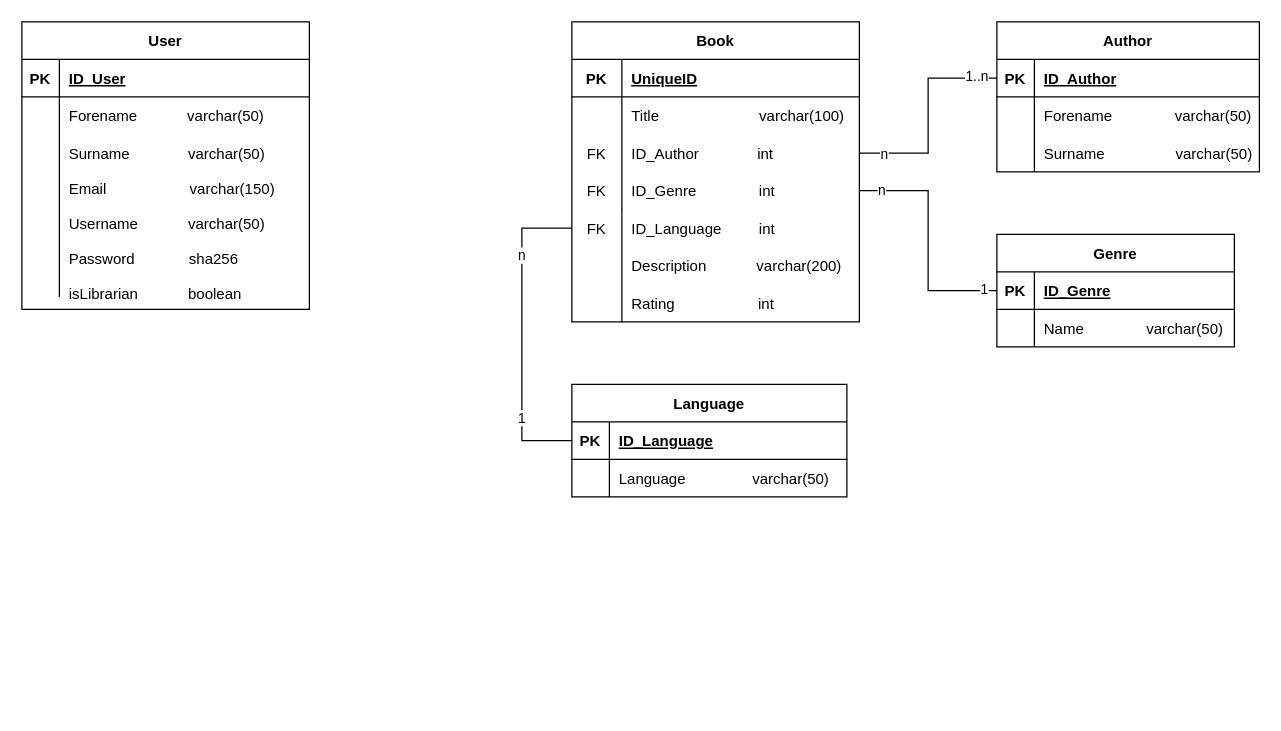
Earlier version of the draw.io diagram docs/ERD_Library.drawio (tatjanarusso/Library). Source tidied: cells renumbered, new cells numbered last; positions are measured from the earlier drawing's top-left corner, leaving out a move shared by most shapes. Both pictures are drawn from the tidied source at 125%, with x=0, y=0 at pixel (21, 21).
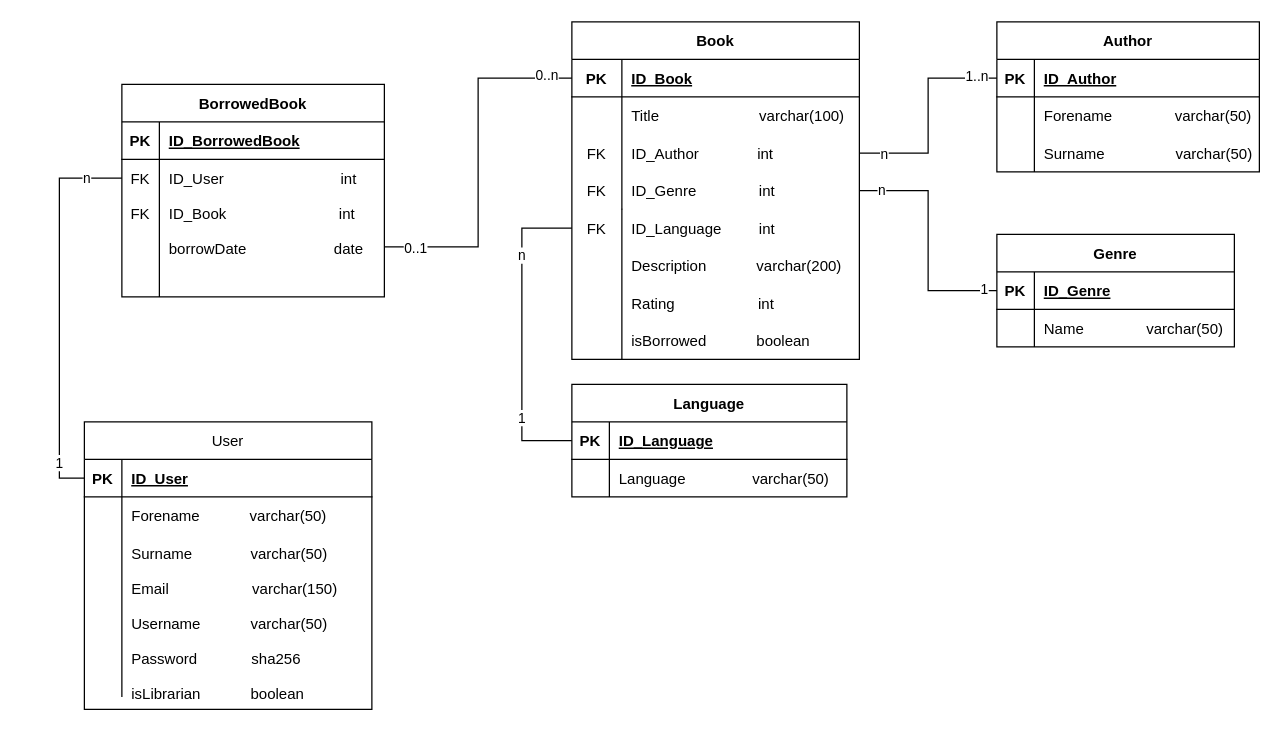
The same diagram, later.

The change refers to these unchanged cells:
```xml
<mxCell id="3" style="shape=tableRow;horizontal=0;startSize=0;swimlaneHead=0;swimlaneBody=0;fillColor=none;points=[[0,0.5],[1,0.5]];portConstraint=eastwest;top=0;left=0;right=0;bottom=1;" parent="2" vertex="1">
  <mxGeometry y="30" width="230" height="30" as="geometry" />
</mxCell>
<mxCell id="58" style="shape=tableRow;horizontal=0;startSize=0;swimlaneHead=0;swimlaneBody=0;fillColor=none;points=[[0,0.5],[1,0.5]];portConstraint=eastwest;top=0;left=0;right=0;bottom=1;strokeColor=#000000;strokeWidth=1;" parent="57" vertex="1">
  <mxGeometry y="30" width="230" height="30" as="geometry" />
</mxCell>
```

The edit, as a diff of the source:
```diff
@@
     <mxCell id="2" value="Book" style="shape=table;startSize=30;childLayout=tableLayout;rowLines=0;fontStyle=1;align=center;" parent="1" vertex="1">
-      <mxGeometry x="440" width="230" height="240" as="geometry" />
+      <mxGeometry x="440" width="230" height="270" as="geometry" />
     </mxCell>
@@
-    <mxCell id="5" value="UniqueID" style="shape=partialRectangle;fillColor=none;top=0;left=0;bottom=0;right=0;align=left;spacingLeft=6;fontStyle=5;overflow=hidden;" parent="3" vertex="1">
+    <mxCell id="5" value="ID_Book" style="shape=partialRectangle;fillColor=none;top=0;left=0;bottom=0;right=0;align=left;spacingLeft=6;fontStyle=5;overflow=hidden;" parent="3" vertex="1">
       <mxGeometry x="40" width="190" height="30" as="geometry" />
     </mxCell>
@@
     <mxCell id="42" style="shape=partialRectangle;fillColor=none;align=left;verticalAlign=middle;strokeColor=none;spacingLeft=34;" parent="1" vertex="1">
-      <mxGeometry x="460" y="150" width="60" height="90" as="geometry" />
+      <mxGeometry x="460" y="150" width="60" height="120" as="geometry" />
     </mxCell>
     <mxCell id="43" style="shape=partialRectangle;top=0;left=0;bottom=0;fillColor=none;stokeWidth=1;align=left;verticalAlign=middle;spacingLeft=4;spacingRight=4;overflow=hidden;strokeColor=#000000;strokeWidth=1;" parent="42" vertex="1">
-      <mxGeometry width="20" height="90" as="geometry" />
+      <mxGeometry width="20" height="120" as="geometry" />
     </mxCell>
@@
-    <mxCell id="57" value="User" style="shape=table;startSize=30;childLayout=tableLayout;rowLines=0;fontStyle=1;align=center;strokeColor=#000000;strokeWidth=1;fillColor=none;" parent="1" vertex="1">
-      <mxGeometry width="230" height="230" as="geometry" />
+    <mxCell id="57" value="User" style="shape=table;startSize=30;childLayout=tableLayout;rowLines=0;fontStyle=0;align=center;strokeColor=#000000;strokeWidth=1;fillColor=none;" parent="1" vertex="1">
+      <mxGeometry x="50" y="320" width="230" height="230" as="geometry" />
     </mxCell>
@@
+    <mxCell id="70" value="BorrowedBook" style="shape=table;startSize=30;childLayout=tableLayout;rowLines=0;fontStyle=1;align=center;" parent="1" vertex="1">
+      <mxGeometry x="80" y="50" width="210" height="170" as="geometry" />
+    </mxCell>
+    <mxCell id="71" style="shape=tableRow;horizontal=0;startSize=0;swimlaneHead=0;swimlaneBody=0;fillColor=none;top=0;left=0;right=0;bottom=1;" parent="70" vertex="1">
+      <mxGeometry y="30" width="210" height="30" as="geometry" />
+    </mxCell>
+    <mxCell id="72" value="PK" style="shape=partialRectangle;fillColor=none;top=0;left=0;bottom=0;right=0;fontStyle=1;overflow=hidden;" parent="71" vertex="1">
+      <mxGeometry width="30" height="30" as="geometry" />
+    </mxCell>
+    <mxCell id="73" value="ID_BorrowedBook" style="shape=partialRectangle;fillColor=none;top=0;left=0;bottom=0;right=0;align=left;spacingLeft=6;fontStyle=5;overflow=hidden;" parent="71" vertex="1">
+      <mxGeometry x="30" width="180" height="30" as="geometry" />
+    </mxCell>
+    <mxCell id="74" style="shape=tableRow;horizontal=0;startSize=0;swimlaneHead=0;swimlaneBody=0;fillColor=none;points=[[0,0.5],[1,0.5]];portConstraint=eastwest;top=0;left=0;right=0;bottom=0;" parent="70" vertex="1">
+      <mxGeometry y="60" width="210" height="30" as="geometry" />
+    </mxCell>
+    <mxCell id="75" value="FK" style="shape=partialRectangle;fillColor=none;top=0;left=0;bottom=0;right=0;overflow=hidden;" parent="74" vertex="1">
+      <mxGeometry width="30" height="30" as="geometry" />
+    </mxCell>
+    <mxCell id="76" value="ID_User                            int" style="shape=partialRectangle;fillColor=none;top=0;left=0;bottom=0;right=0;align=left;spacingLeft=6;overflow=hidden;" parent="74" vertex="1">
+      <mxGeometry x="30" width="180" height="30" as="geometry" />
+    </mxCell>
+    <mxCell id="77" style="shape=tableRow;horizontal=0;startSize=0;swimlaneHead=0;swimlaneBody=0;fillColor=none;points=[[0,0.5],[1,0.5]];portConstraint=eastwest;top=0;left=0;right=0;bottom=0;verticalAlign=top;" parent="70" vertex="1">
+      <mxGeometry y="90" width="210" height="80" as="geometry" />
+    </mxCell>
+    <mxCell id="78" value="FK" style="shape=partialRectangle;fillColor=none;top=0;left=0;bottom=0;right=0;overflow=hidden;verticalAlign=top;" parent="77" vertex="1">
+      <mxGeometry width="30" height="80" as="geometry" />
+    </mxCell>
+    <mxCell id="79" value="ID_Book                           int&#10;&#10;borrowDate                     date" style="shape=partialRectangle;fillColor=none;top=0;left=0;bottom=0;right=0;align=left;spacingLeft=6;overflow=hidden;verticalAlign=top;" parent="77" vertex="1">
+      <mxGeometry x="30" width="180" height="80" as="geometry" />
+    </mxCell>
+    <mxCell id="80" value="isBorrowed            boolean" style="shape=partialRectangle;fillColor=none;top=0;left=0;bottom=0;right=0;align=left;spacingLeft=6;overflow=hidden;strokeWidth=2;strokeColor=#000000;" parent="1" vertex="1">
+      <mxGeometry x="480" y="240" width="170" height="30" as="geometry" />
+    </mxCell>
+    <mxCell id="81" style="edgeStyle=orthogonalEdgeStyle;rounded=0;jettySize=auto;html=1;exitX=1;exitY=0.5;exitDx=0;exitDy=0;entryX=0;entryY=0.5;entryDx=0;entryDy=0;endArrow=none;endFill=0;" parent="1" edge="1" source="77" target="3">
+      <mxGeometry relative="1" as="geometry" />
+    </mxCell>
+    <mxCell id="82" value="0..n" style="edgeLabel;html=1;align=center;verticalAlign=middle;" parent="81" vertex="1">
+      <mxGeometry x="0.85" y="3" relative="1" as="geometry" />
+    </mxCell>
+    <mxCell id="83" value="0..1" style="edgeLabel;html=1;align=center;verticalAlign=middle;" parent="81" vertex="1">
+      <mxGeometry x="-0.83" relative="1" as="geometry" />
+    </mxCell>
+    <mxCell id="84" style="edgeStyle=orthogonalEdgeStyle;rounded=0;jettySize=auto;html=1;exitX=0;exitY=0.5;exitDx=0;exitDy=0;endArrow=none;endFill=0;" parent="1" edge="1" source="58" target="74">
+      <mxGeometry relative="1" as="geometry" />
+    </mxCell>
+    <mxCell id="85" value="n" style="edgeLabel;html=1;align=center;verticalAlign=middle;" parent="84" vertex="1">
+      <mxGeometry x="0.81" y="1" relative="1" as="geometry" />
+    </mxCell>
+    <mxCell id="86" value="1" style="edgeLabel;html=1;align=center;verticalAlign=middle;" parent="84" vertex="1">
+      <mxGeometry x="-0.79" y="1" relative="1" as="geometry" />
+    </mxCell>
```
